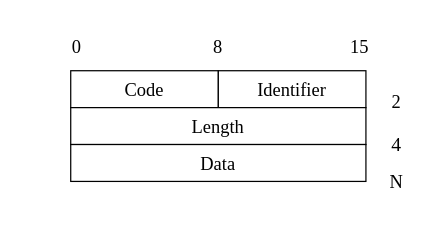
Above: EAP报文格式.drawio in PATORITU/PATORITU (draw.io), before the change. Source tidied: cells renumbered, new cells numbered last; positions are measured from the earlier drawing's top-left corner, leaving out a move shared by most shapes. Both pictures are drawn from the tidied source at 123%, with x=0, y=0 at pixel (21, 21).
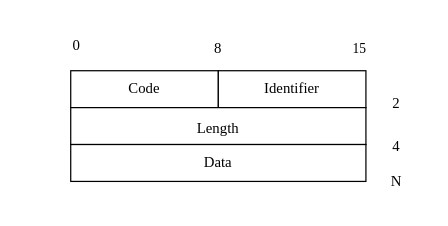
The same diagram, later.

Commit message:
更新EAP报文格式.drawio

Diff of the diagram source:
```diff
@@
 <mxGraphModel>
   <root>
     <mxCell id="0" />
     <mxCell id="1" parent="0" />
-    <mxCell id="2" value="4" style="rounded=1;whiteSpace=wrap;html=1;strokeColor=none;fontSize=16;fontFamily=Times New Roman;" parent="1" vertex="1">
+    <mxCell id="2" value="&lt;font style=&quot;font-size: 12px;&quot;&gt;4&lt;/font&gt;" style="rounded=1;whiteSpace=wrap;html=1;strokeColor=none;fontSize=16;fontFamily=Times New Roman;" parent="1" vertex="1">
       <mxGeometry x="280" y="80" width="50" height="40" as="geometry" />
     </mxCell>
-    <mxCell id="3" value="&lt;font style=&quot;font-size: 15px;&quot;&gt;0&lt;/font&gt;" style="rounded=1;whiteSpace=wrap;html=1;strokeColor=none;fontFamily=Times New Roman;" parent="1" vertex="1">
+    <mxCell id="3" value="&lt;font style=&quot;font-size: 12px;&quot;&gt;0&lt;/font&gt;" style="rounded=1;whiteSpace=wrap;html=1;strokeColor=none;fontFamily=Times New Roman;" parent="1" vertex="1">
       <mxGeometry width="90" height="40" as="geometry" />
     </mxCell>
-    <mxCell id="4" value="8" style="rounded=1;whiteSpace=wrap;html=1;strokeColor=none;fontSize=15;fontFamily=Times New Roman;" parent="1" vertex="1">
+    <mxCell id="4" value="&lt;font style=&quot;font-size: 12px;&quot;&gt;8&lt;/font&gt;" style="rounded=1;whiteSpace=wrap;html=1;strokeColor=none;fontSize=15;fontFamily=Times New Roman;" parent="1" vertex="1">
       <mxGeometry x="115" width="90" height="40" as="geometry" />
     </mxCell>
-    <mxCell id="5" value="15" style="rounded=1;whiteSpace=wrap;html=1;strokeColor=none;fontSize=15;fontFamily=Times New Roman;" parent="1" vertex="1">
+    <mxCell id="5" value="&lt;font style=&quot;font-size: 11px;&quot;&gt;15&lt;/font&gt;" style="rounded=1;whiteSpace=wrap;html=1;strokeColor=none;fontSize=15;fontFamily=Times New Roman;" parent="1" vertex="1">
       <mxGeometry x="230" width="90" height="40" as="geometry" />
     </mxCell>
-    <mxCell id="6" value="2" style="rounded=1;whiteSpace=wrap;html=1;strokeColor=none;fontSize=15;fontFamily=Times New Roman;" parent="1" vertex="1">
+    <mxCell id="6" value="&lt;font style=&quot;font-size: 12px;&quot;&gt;2&lt;/font&gt;" style="rounded=1;whiteSpace=wrap;html=1;strokeColor=none;fontSize=15;fontFamily=Times New Roman;" parent="1" vertex="1">
       <mxGeometry x="280" y="50" width="50" height="30" as="geometry" />
     </mxCell>
-    <mxCell id="7" value="&lt;font style=&quot;font-size: 15px;&quot;&gt;N&lt;/font&gt;" style="rounded=1;whiteSpace=wrap;html=1;strokeColor=none;fontFamily=Times New Roman;" parent="1" vertex="1">
+    <mxCell id="7" value="&lt;font style=&quot;font-size: 12px;&quot;&gt;N&lt;/font&gt;" style="rounded=1;whiteSpace=wrap;html=1;strokeColor=none;fontFamily=Times New Roman;" parent="1" vertex="1">
       <mxGeometry x="280" y="110" width="50" height="40" as="geometry" />
     </mxCell>
-    <mxCell id="8" value="&lt;span style=&quot;font-size: 15px;&quot;&gt;Code&lt;/span&gt;" style="rounded=0;whiteSpace=wrap;html=1;fontFamily=Times New Roman;" parent="1" vertex="1">
+    <mxCell id="8" value="&lt;font style=&quot;font-size: 12px;&quot;&gt;Code&lt;/font&gt;" style="rounded=0;whiteSpace=wrap;html=1;fontFamily=Times New Roman;" parent="1" vertex="1">
       <mxGeometry x="40" y="40" width="120" height="30" as="geometry" />
     </mxCell>
-    <mxCell id="9" value="&lt;span style=&quot;font-size: 15px;&quot;&gt;Identifier&lt;/span&gt;" style="rounded=0;whiteSpace=wrap;html=1;fontFamily=Times New Roman;" parent="1" vertex="1">
+    <mxCell id="9" value="&lt;font style=&quot;font-size: 12px;&quot;&gt;Identifier&lt;/font&gt;" style="rounded=0;whiteSpace=wrap;html=1;fontFamily=Times New Roman;" parent="1" vertex="1">
       <mxGeometry x="160" y="40" width="120" height="30" as="geometry" />
     </mxCell>
-    <mxCell id="10" value="Length" style="rounded=0;whiteSpace=wrap;html=1;fontSize=15;fontFamily=Times New Roman;" parent="1" vertex="1">
+    <mxCell id="10" value="&lt;font style=&quot;font-size: 12px;&quot;&gt;Length&lt;/font&gt;" style="rounded=0;whiteSpace=wrap;html=1;fontSize=15;fontFamily=Times New Roman;" parent="1" vertex="1">
       <mxGeometry x="40" y="70" width="240" height="30" as="geometry" />
     </mxCell>
-    <mxCell id="11" value="&lt;span style=&quot;font-size: 15px;&quot;&gt;Data&lt;/span&gt;" style="rounded=0;whiteSpace=wrap;html=1;fontFamily=Times New Roman;" parent="1" vertex="1">
+    <mxCell id="11" value="&lt;font style=&quot;font-size: 12px;&quot;&gt;Data&lt;/font&gt;" style="rounded=0;whiteSpace=wrap;html=1;fontFamily=Times New Roman;" parent="1" vertex="1">
       <mxGeometry x="40" y="100" width="240" height="30" as="geometry" />
     </mxCell>
   </root>
 </mxGraphModel>
```
